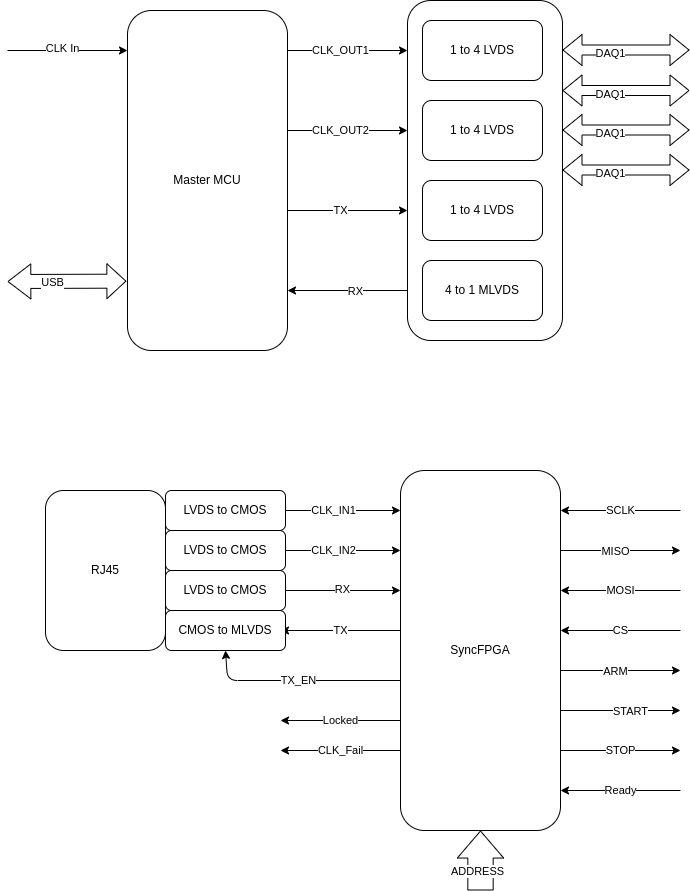
Above: docs/subtitles/SyncExpander/syncexpander.png in tzechienchu/mynotes (draw.io), before the change. Source tidied: cells renumbered, new cells last; positions are measured from the earlier drawing's top-left corner, leaving out a move shared by most shapes. Source of this version:
```xml
<mxGraphModel>
  <root>
    <mxCell id="0" />
    <mxCell id="1" parent="0" />
    <mxCell id="2" value="Master MCU" style="rounded=1;whiteSpace=wrap;html=1;" parent="1" vertex="1">
      <mxGeometry x="120" y="10" width="160" height="340" as="geometry" />
    </mxCell>
    <mxCell id="3" style="endArrow=classic;html=1;" parent="1" edge="1">
      <mxGeometry relative="1" as="geometry">
        <mxPoint y="50" as="sourcePoint" />
        <mxPoint x="120" y="50" as="targetPoint" />
      </mxGeometry>
    </mxCell>
    <mxCell id="4" value="CLK In" style="edgeLabel;html=1;align=center;verticalAlign=middle;" parent="3" vertex="1">
      <mxGeometry x="-0.11" y="3" relative="1" as="geometry" />
    </mxCell>
    <mxCell id="5" style="endArrow=classic;html=1;" parent="1" edge="1">
      <mxGeometry relative="1" as="geometry">
        <mxPoint x="280" y="50" as="sourcePoint" />
        <mxPoint x="400" y="50" as="targetPoint" />
      </mxGeometry>
    </mxCell>
    <mxCell id="6" value="CLK_OUT1" style="edgeLabel;html=1;align=center;verticalAlign=middle;" parent="5" vertex="1">
      <mxGeometry x="-0.13" y="1" relative="1" as="geometry" />
    </mxCell>
    <mxCell id="7" style="endArrow=classic;html=1;" parent="1" edge="1">
      <mxGeometry relative="1" as="geometry">
        <mxPoint x="280" y="130" as="sourcePoint" />
        <mxPoint x="400" y="130" as="targetPoint" />
      </mxGeometry>
    </mxCell>
    <mxCell id="8" value="CLK_OUT2" style="edgeLabel;html=1;align=center;verticalAlign=middle;" parent="7" vertex="1">
      <mxGeometry x="-0.13" y="1" relative="1" as="geometry" />
    </mxCell>
    <mxCell id="9" style="shape=flexArrow;endArrow=classic;startArrow=classic;html=1;width=14;startSize=7.27;entryX=-0.007;entryY=0.796;entryDx=0;entryDy=0;entryPerimeter=0;" parent="1" edge="1" target="2">
      <mxGeometry relative="1" as="geometry">
        <mxPoint y="281" as="sourcePoint" />
      </mxGeometry>
    </mxCell>
    <mxCell id="10" value="USB" style="edgeLabel;html=1;align=center;verticalAlign=middle;" parent="9" vertex="1">
      <mxGeometry x="-0.26" y="-1" relative="1" as="geometry" />
    </mxCell>
    <mxCell id="11" style="endArrow=classic;html=1;" parent="1" edge="1">
      <mxGeometry relative="1" as="geometry">
        <mxPoint x="280" y="210" as="sourcePoint" />
        <mxPoint x="400" y="210" as="targetPoint" />
      </mxGeometry>
    </mxCell>
    <mxCell id="12" value="TX" style="edgeLabel;html=1;align=center;verticalAlign=middle;" parent="11" vertex="1">
      <mxGeometry x="-0.13" y="1" relative="1" as="geometry" />
    </mxCell>
    <mxCell id="13" style="endArrow=classic;html=1;entryX=1;entryY=0.95;entryDx=0;entryDy=0;entryPerimeter=0;" parent="1" edge="1">
      <mxGeometry relative="1" as="geometry">
        <mxPoint x="400" y="290" as="sourcePoint" />
        <mxPoint x="280" y="290" as="targetPoint" />
      </mxGeometry>
    </mxCell>
    <mxCell id="14" value="RX" style="edgeLabel;html=1;align=center;verticalAlign=middle;" parent="13" vertex="1">
      <mxGeometry x="-0.11" relative="1" as="geometry" />
    </mxCell>
    <mxCell id="15" style="rounded=1;whiteSpace=wrap;html=1;" parent="1" vertex="1">
      <mxGeometry x="400" width="155" height="340" as="geometry" />
    </mxCell>
    <mxCell id="16" value="1 to 4 LVDS" style="rounded=1;whiteSpace=wrap;html=1;" parent="1" vertex="1">
      <mxGeometry x="415" y="20" width="120" height="60" as="geometry" />
    </mxCell>
    <mxCell id="17" value="1 to 4 LVDS" style="rounded=1;whiteSpace=wrap;html=1;" parent="1" vertex="1">
      <mxGeometry x="415" y="100" width="120" height="60" as="geometry" />
    </mxCell>
    <mxCell id="18" value="1 to 4 LVDS" style="rounded=1;whiteSpace=wrap;html=1;" parent="1" vertex="1">
      <mxGeometry x="415" y="180" width="120" height="60" as="geometry" />
    </mxCell>
    <mxCell id="19" value="4 to 1 MLVDS" style="rounded=1;whiteSpace=wrap;html=1;" parent="1" vertex="1">
      <mxGeometry x="415" y="260" width="120" height="60" as="geometry" />
    </mxCell>
    <mxCell id="20" style="shape=flexArrow;endArrow=classic;html=1;startArrow=block;" parent="1" edge="1">
      <mxGeometry relative="1" as="geometry">
        <mxPoint x="555" y="49.5" as="sourcePoint" />
        <mxPoint x="682" y="49.5" as="targetPoint" />
      </mxGeometry>
    </mxCell>
    <mxCell id="21" value="DAQ1" style="edgeLabel;html=1;align=center;verticalAlign=middle;" parent="20" vertex="1">
      <mxGeometry x="-0.25" y="-3" relative="1" as="geometry" />
    </mxCell>
    <mxCell id="22" style="shape=flexArrow;endArrow=classic;html=1;startArrow=block;" parent="1" edge="1">
      <mxGeometry relative="1" as="geometry">
        <mxPoint x="555" y="90" as="sourcePoint" />
        <mxPoint x="682" y="90" as="targetPoint" />
      </mxGeometry>
    </mxCell>
    <mxCell id="23" value="DAQ1" style="edgeLabel;html=1;align=center;verticalAlign=middle;" parent="22" vertex="1">
      <mxGeometry x="-0.25" y="-3" relative="1" as="geometry" />
    </mxCell>
    <mxCell id="24" style="shape=flexArrow;endArrow=classic;html=1;startArrow=block;" parent="1" edge="1">
      <mxGeometry relative="1" as="geometry">
        <mxPoint x="555" y="129.5" as="sourcePoint" />
        <mxPoint x="682" y="129.5" as="targetPoint" />
      </mxGeometry>
    </mxCell>
    <mxCell id="25" value="DAQ1" style="edgeLabel;html=1;align=center;verticalAlign=middle;" parent="24" vertex="1">
      <mxGeometry x="-0.25" y="-3" relative="1" as="geometry" />
    </mxCell>
    <mxCell id="26" style="shape=flexArrow;endArrow=classic;html=1;startArrow=block;" parent="1" edge="1">
      <mxGeometry relative="1" as="geometry">
        <mxPoint x="555" y="169.5" as="sourcePoint" />
        <mxPoint x="682" y="169.5" as="targetPoint" />
      </mxGeometry>
    </mxCell>
    <mxCell id="27" value="DAQ1" style="edgeLabel;html=1;align=center;verticalAlign=middle;" parent="26" vertex="1">
      <mxGeometry x="-0.25" y="-3" relative="1" as="geometry" />
    </mxCell>
    <mxCell id="28" value="SyncFPGA" style="rounded=1;whiteSpace=wrap;html=1;" parent="1" vertex="1">
      <mxGeometry x="393" y="470" width="160" height="360" as="geometry" />
    </mxCell>
    <mxCell id="29" style="endArrow=classic;html=1;" parent="1" edge="1">
      <mxGeometry relative="1" as="geometry">
        <mxPoint x="273" y="510" as="sourcePoint" />
        <mxPoint x="393" y="510" as="targetPoint" />
      </mxGeometry>
    </mxCell>
    <mxCell id="30" value="CLK_IN1" style="edgeLabel;html=1;align=center;verticalAlign=middle;" parent="29" vertex="1">
      <mxGeometry x="-0.13" y="1" relative="1" as="geometry" />
    </mxCell>
    <mxCell id="31" style="endArrow=classic;html=1;" parent="1" edge="1">
      <mxGeometry relative="1" as="geometry">
        <mxPoint x="273" y="550" as="sourcePoint" />
        <mxPoint x="393" y="550" as="targetPoint" />
      </mxGeometry>
    </mxCell>
    <mxCell id="32" value="CLK_IN2" style="edgeLabel;html=1;align=center;verticalAlign=middle;" parent="31" vertex="1">
      <mxGeometry x="-0.13" y="1" relative="1" as="geometry" />
    </mxCell>
    <mxCell id="33" style="endArrow=classic;html=1;" parent="1" edge="1">
      <mxGeometry relative="1" as="geometry">
        <mxPoint x="273" y="590" as="sourcePoint" />
        <mxPoint x="393" y="590" as="targetPoint" />
      </mxGeometry>
    </mxCell>
    <mxCell id="34" value="RX" style="edgeLabel;html=1;align=center;verticalAlign=middle;" parent="33" vertex="1">
      <mxGeometry x="0.01" y="2" relative="1" as="geometry" />
    </mxCell>
    <mxCell id="35" value="TX" style="endArrow=classic;html=1;entryX=1;entryY=0.95;entryDx=0;entryDy=0;entryPerimeter=0;" parent="1" edge="1">
      <mxGeometry relative="1" as="geometry">
        <mxPoint x="393" y="630" as="sourcePoint" />
        <mxPoint x="273" y="630" as="targetPoint" />
      </mxGeometry>
    </mxCell>
    <mxCell id="36" style="endArrow=classic;html=1;" parent="1" edge="1">
      <mxGeometry relative="1" as="geometry">
        <mxPoint x="553" y="550" as="sourcePoint" />
        <mxPoint x="673" y="550" as="targetPoint" />
      </mxGeometry>
    </mxCell>
    <mxCell id="37" value="MISO" style="edgeLabel;html=1;align=center;verticalAlign=middle;" parent="36" vertex="1">
      <mxGeometry x="-0.1" relative="1" as="geometry" />
    </mxCell>
    <mxCell id="38" value="SCLK" style="endArrow=classic;html=1;entryX=1;entryY=0.95;entryDx=0;entryDy=0;entryPerimeter=0;" parent="1" edge="1">
      <mxGeometry relative="1" as="geometry">
        <mxPoint x="673" y="510" as="sourcePoint" />
        <mxPoint x="553" y="510" as="targetPoint" />
      </mxGeometry>
    </mxCell>
    <mxCell id="39" value="MOSI" style="endArrow=classic;html=1;entryX=1;entryY=0.95;entryDx=0;entryDy=0;entryPerimeter=0;" parent="1" edge="1">
      <mxGeometry relative="1" as="geometry">
        <mxPoint x="673" y="590" as="sourcePoint" />
        <mxPoint x="553" y="590" as="targetPoint" />
      </mxGeometry>
    </mxCell>
    <mxCell id="40" value="CS" style="endArrow=classic;html=1;entryX=1;entryY=0.95;entryDx=0;entryDy=0;entryPerimeter=0;" parent="1" edge="1">
      <mxGeometry relative="1" as="geometry">
        <mxPoint x="673" y="630" as="sourcePoint" />
        <mxPoint x="553" y="630" as="targetPoint" />
      </mxGeometry>
    </mxCell>
    <mxCell id="41" style="endArrow=classic;html=1;" parent="1" edge="1">
      <mxGeometry relative="1" as="geometry">
        <mxPoint x="553" y="670" as="sourcePoint" />
        <mxPoint x="673" y="670" as="targetPoint" />
      </mxGeometry>
    </mxCell>
    <mxCell id="42" value="ARM" style="edgeLabel;html=1;align=center;verticalAlign=middle;" parent="41" vertex="1">
      <mxGeometry x="-0.1" relative="1" as="geometry" />
    </mxCell>
    <mxCell id="43" style="endArrow=classic;html=1;" parent="1" edge="1">
      <mxGeometry relative="1" as="geometry">
        <mxPoint x="553" y="710" as="sourcePoint" />
        <mxPoint x="673" y="710" as="targetPoint" />
      </mxGeometry>
    </mxCell>
    <mxCell id="44" value="START" style="edgeLabel;html=1;align=center;verticalAlign=middle;" parent="43" vertex="1">
      <mxGeometry x="0.15" relative="1" as="geometry" />
    </mxCell>
    <mxCell id="45" value="STOP" style="endArrow=classic;html=1;" parent="1" edge="1">
      <mxGeometry relative="1" as="geometry">
        <mxPoint x="553" y="750" as="sourcePoint" />
        <mxPoint x="673" y="750" as="targetPoint" />
      </mxGeometry>
    </mxCell>
    <mxCell id="46" value="Ready" style="endArrow=classic;html=1;entryX=1;entryY=0.95;entryDx=0;entryDy=0;entryPerimeter=0;" parent="1" edge="1">
      <mxGeometry relative="1" as="geometry">
        <mxPoint x="673" y="790" as="sourcePoint" />
        <mxPoint x="553" y="790" as="targetPoint" />
      </mxGeometry>
    </mxCell>
    <mxCell id="47" style="shape=flexArrow;endArrow=classic;html=1;width=25.333333333333332;endSize=8.68;" parent="1" edge="1">
      <mxGeometry relative="1" as="geometry">
        <mxPoint x="473" y="890" as="sourcePoint" />
        <mxPoint x="473" y="830" as="targetPoint" />
      </mxGeometry>
    </mxCell>
    <mxCell id="48" value="ADDRESS" style="edgeLabel;html=1;align=center;verticalAlign=middle;" parent="47" vertex="1">
      <mxGeometry x="-0.33" y="4" relative="1" as="geometry" />
    </mxCell>
    <mxCell id="49" value="LVDS to CMOS" style="rounded=1;whiteSpace=wrap;html=1;" parent="1" vertex="1">
      <mxGeometry x="158" y="490" width="120" height="40" as="geometry" />
    </mxCell>
    <mxCell id="50" value="LVDS to CMOS" style="rounded=1;whiteSpace=wrap;html=1;" parent="1" vertex="1">
      <mxGeometry x="158" y="530" width="120" height="40" as="geometry" />
    </mxCell>
    <mxCell id="51" value="LVDS to CMOS" style="rounded=1;whiteSpace=wrap;html=1;" parent="1" vertex="1">
      <mxGeometry x="158" y="570" width="120" height="40" as="geometry" />
    </mxCell>
    <mxCell id="52" value="CMOS to MLVDS" style="rounded=1;whiteSpace=wrap;html=1;" parent="1" vertex="1">
      <mxGeometry x="158" y="610" width="120" height="40" as="geometry" />
    </mxCell>
    <mxCell id="53" value="RJ45" style="rounded=1;whiteSpace=wrap;html=1;" parent="1" vertex="1">
      <mxGeometry x="38" y="490" width="120" height="160" as="geometry" />
    </mxCell>
    <mxCell id="54" value="TX_EN" style="endArrow=classic;html=1;entryX=0.5;entryY=1;entryDx=0;entryDy=0;" parent="1" edge="1" target="52">
      <mxGeometry relative="1" as="geometry">
        <mxPoint x="393" y="680" as="sourcePoint" />
        <Array as="points">
          <mxPoint x="220" y="680" />
        </Array>
      </mxGeometry>
    </mxCell>
    <mxCell id="55" value="Locked" style="endArrow=classic;html=1;entryX=1;entryY=0.95;entryDx=0;entryDy=0;entryPerimeter=0;" parent="1" edge="1">
      <mxGeometry relative="1" as="geometry">
        <mxPoint x="393" y="720" as="sourcePoint" />
        <mxPoint x="273" y="720" as="targetPoint" />
      </mxGeometry>
    </mxCell>
    <mxCell id="56" value="CLK_Fail" style="endArrow=classic;html=1;entryX=1;entryY=0.95;entryDx=0;entryDy=0;entryPerimeter=0;" parent="1" edge="1">
      <mxGeometry relative="1" as="geometry">
        <mxPoint x="393" y="750" as="sourcePoint" />
        <mxPoint x="273" y="750" as="targetPoint" />
      </mxGeometry>
    </mxCell>
  </root>
</mxGraphModel>
```
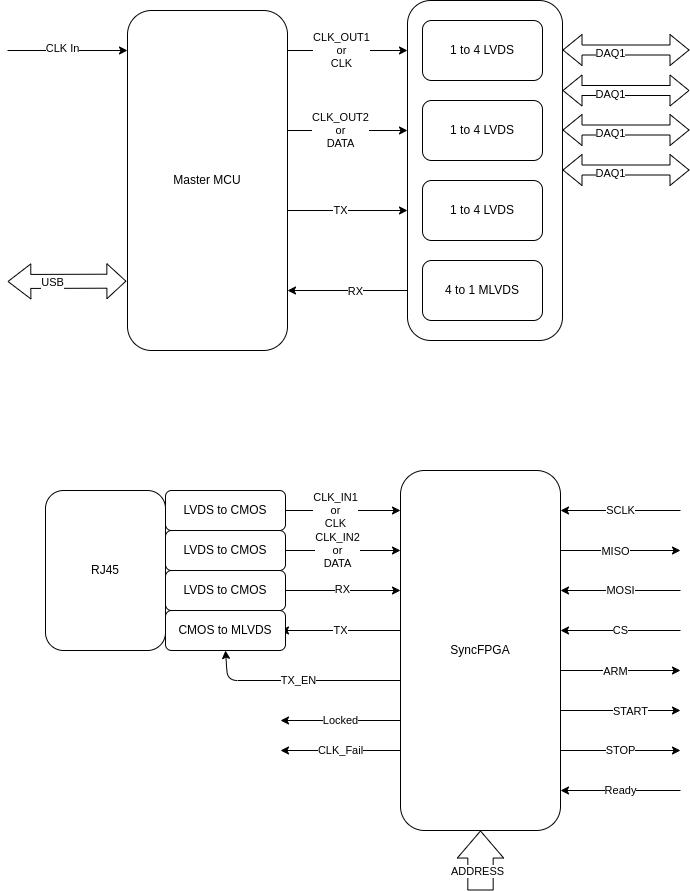
The same diagram one commit later.

The edit, as a diff of the source:
```diff
@@ -20,8 +20,10 @@
         <mxPoint x="400" y="50" as="targetPoint" />
       </mxGeometry>
     </mxCell>
-    <mxCell id="6" value="CLK_OUT1" style="edgeLabel;html=1;align=center;verticalAlign=middle;" parent="5" vertex="1">
-      <mxGeometry x="-0.13" y="1" relative="1" as="geometry" />
+    <mxCell id="6" value="CLK_OUT1&lt;div&gt;or&lt;/div&gt;&lt;div&gt;CLK&lt;/div&gt;" style="edgeLabel;html=1;align=center;verticalAlign=middle;" parent="5" vertex="1">
+      <mxGeometry x="-0.13" y="1" relative="1" as="geometry">
+        <mxPoint x="1" as="offset" />
+      </mxGeometry>
     </mxCell>
     <mxCell id="7" style="endArrow=classic;html=1;" parent="1" edge="1">
       <mxGeometry relative="1" as="geometry">
@@ -29,7 +31,7 @@
         <mxPoint x="400" y="130" as="targetPoint" />
       </mxGeometry>
     </mxCell>
-    <mxCell id="8" value="CLK_OUT2" style="edgeLabel;html=1;align=center;verticalAlign=middle;" parent="7" vertex="1">
+    <mxCell id="8" value="CLK_OUT2&lt;div&gt;or&lt;/div&gt;&lt;div&gt;DATA&lt;/div&gt;" style="edgeLabel;html=1;align=center;verticalAlign=middle;" parent="7" vertex="1">
       <mxGeometry x="-0.13" y="1" relative="1" as="geometry" />
     </mxCell>
     <mxCell id="9" style="shape=flexArrow;endArrow=classic;startArrow=classic;html=1;width=14;startSize=7.27;entryX=-0.007;entryY=0.796;entryDx=0;entryDy=0;entryPerimeter=0;" parent="1" edge="1" target="2">
@@ -118,8 +120,10 @@
         <mxPoint x="393" y="510" as="targetPoint" />
       </mxGeometry>
     </mxCell>
-    <mxCell id="30" value="CLK_IN1" style="edgeLabel;html=1;align=center;verticalAlign=middle;" parent="29" vertex="1">
-      <mxGeometry x="-0.13" y="1" relative="1" as="geometry" />
+    <mxCell id="30" value="CLK_IN1&lt;div&gt;or&lt;/div&gt;&lt;div&gt;CLK&lt;/div&gt;" style="edgeLabel;html=1;align=center;verticalAlign=middle;" parent="29" vertex="1">
+      <mxGeometry x="-0.13" y="1" relative="1" as="geometry">
+        <mxPoint x="2" as="offset" />
+      </mxGeometry>
     </mxCell>
     <mxCell id="31" style="endArrow=classic;html=1;" parent="1" edge="1">
       <mxGeometry relative="1" as="geometry">
@@ -127,8 +131,10 @@
         <mxPoint x="393" y="550" as="targetPoint" />
       </mxGeometry>
     </mxCell>
-    <mxCell id="32" value="CLK_IN2" style="edgeLabel;html=1;align=center;verticalAlign=middle;" parent="31" vertex="1">
-      <mxGeometry x="-0.13" y="1" relative="1" as="geometry" />
+    <mxCell id="32" value="CLK_IN2&lt;div&gt;or&lt;/div&gt;&lt;div&gt;DATA&lt;/div&gt;" style="edgeLabel;html=1;align=center;verticalAlign=middle;" parent="31" vertex="1">
+      <mxGeometry x="-0.13" y="1" relative="1" as="geometry">
+        <mxPoint x="4" as="offset" />
+      </mxGeometry>
     </mxCell>
     <mxCell id="33" style="endArrow=classic;html=1;" parent="1" edge="1">
       <mxGeometry relative="1" as="geometry">
```
